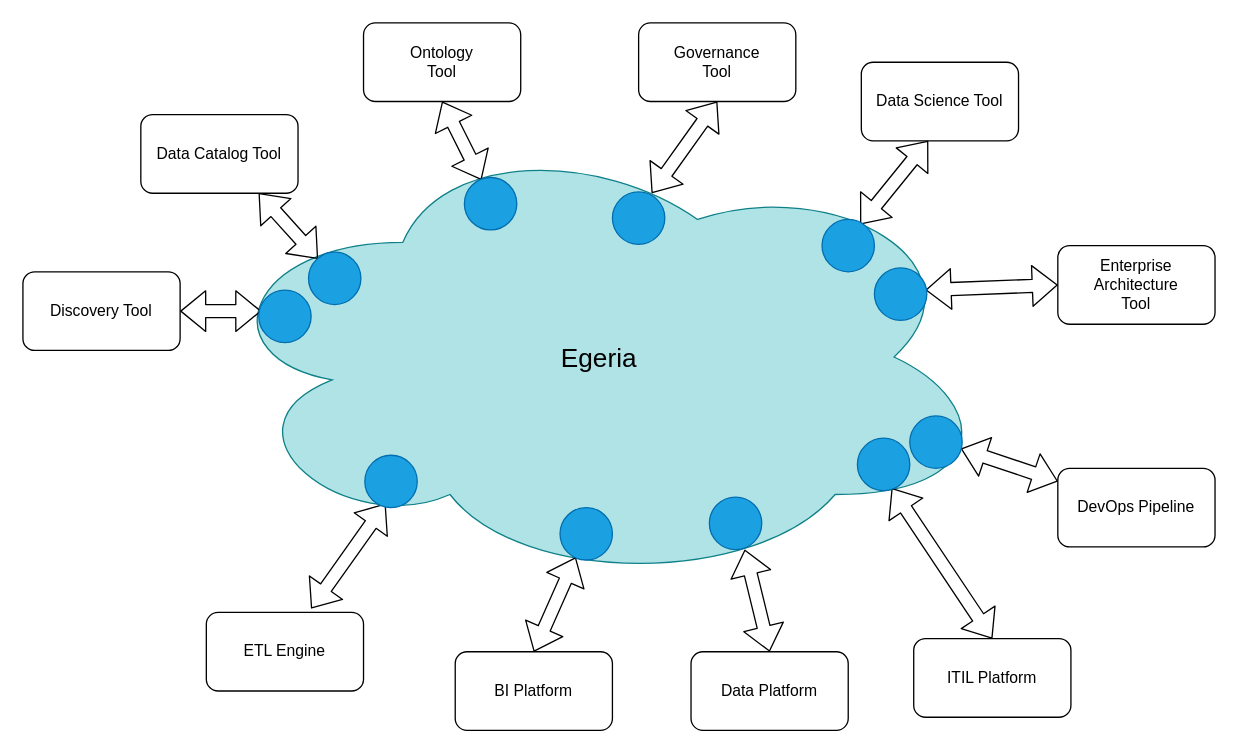
This is page "egeria-overview-connectors" (6 of 23) of open-metadata-implementation/admin-services/docs/egeria-operations.drawio from planetf1/egeria, a draw.io file, before an edit. Source tidied: cells renumbered, new cells numbered last; positions are measured from the earlier drawing's top-left corner, leaving out a move shared by most shapes. Both pictures are drawn from the tidied source at 131%, with x=0, y=0 at pixel (22, 22).
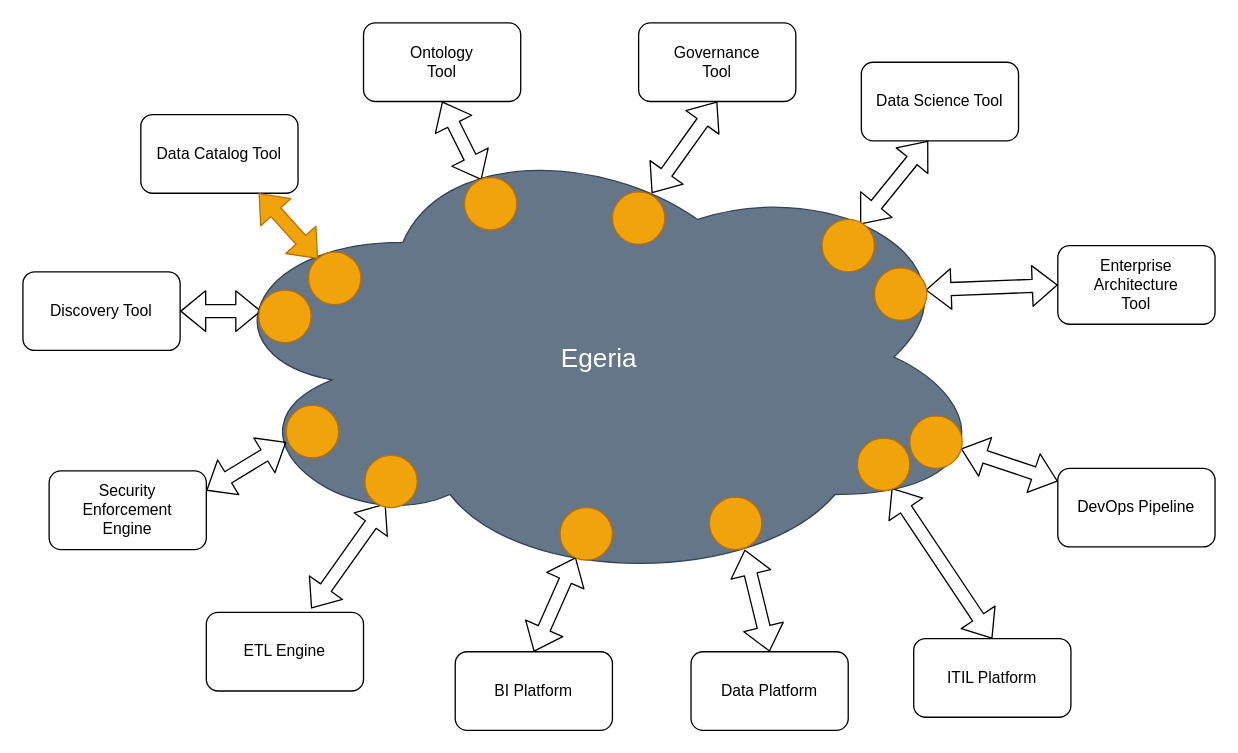
The same diagram, later.

The change refers to these unchanged cells:
```xml
<mxCell id="7" value="Data Catalog Tool" style="rounded=1;whiteSpace=wrap;html=1;" parent="1" vertex="1">
  <mxGeometry x="90" y="70" width="120" height="60" as="geometry" />
</mxCell>
```

What changed in the source:
```diff
@@
-    <mxCell id="2" value="Egeria" style="ellipse;shape=cloud;whiteSpace=wrap;html=1;fillColor=#b0e3e6;strokeColor=#0e8088;fontSize=20;" parent="1" vertex="1">
+    <mxCell id="2" value="Egeria" style="ellipse;shape=cloud;whiteSpace=wrap;html=1;fillColor=#647687;strokeColor=#314354;fontSize=20;fontColor=#ffffff;" parent="1" vertex="1">
       <mxGeometry x="140" y="80" width="600" height="350" as="geometry" />
     </mxCell>
@@
-    <mxCell id="13" style="shape=flexArrow;endArrow=classic;startArrow=classic;html=1;entryX=0.142;entryY=0.286;entryDx=0;entryDy=0;entryPerimeter=0;exitX=0.75;exitY=1;exitDx=0;exitDy=0;" parent="1" edge="1" source="7" target="2">
+    <mxCell id="13" style="shape=flexArrow;endArrow=classic;startArrow=classic;html=1;entryX=0.142;entryY=0.286;entryDx=0;entryDy=0;entryPerimeter=0;exitX=0.75;exitY=1;exitDx=0;exitDy=0;fillColor=#f0a30a;strokeColor=#BD7000;" parent="1" edge="1" source="7" target="2">
       <mxGeometry relative="1" as="geometry" />
     </mxCell>
@@
-    <mxCell id="25" style="ellipse;whiteSpace=wrap;html=1;fillColor=#1ba1e2;strokeColor=#006EAF;fontColor=#ffffff;" parent="1" vertex="1">
+    <mxCell id="25" style="ellipse;whiteSpace=wrap;html=1;fillColor=#f0a30a;strokeColor=#BD7000;fontColor=#ffffff;" parent="1" vertex="1">
       <mxGeometry x="180" y="204" width="40" height="40" as="geometry" />
     </mxCell>
-    <mxCell id="26" style="ellipse;whiteSpace=wrap;html=1;fillColor=#1ba1e2;strokeColor=#006EAF;fontColor=#ffffff;" parent="1" vertex="1">
+    <mxCell id="26" style="ellipse;whiteSpace=wrap;html=1;fillColor=#f0a30a;strokeColor=#BD7000;fontColor=#ffffff;" parent="1" vertex="1">
       <mxGeometry x="218" y="175" width="40" height="40" as="geometry" />
     </mxCell>
-    <mxCell id="27" style="ellipse;whiteSpace=wrap;html=1;fillColor=#1ba1e2;strokeColor=#006EAF;fontColor=#ffffff;" parent="1" vertex="1">
+    <mxCell id="27" style="ellipse;whiteSpace=wrap;html=1;fillColor=#f0a30a;strokeColor=#BD7000;fontColor=#ffffff;" parent="1" vertex="1">
       <mxGeometry x="650" y="187" width="40" height="40" as="geometry" />
     </mxCell>
-    <mxCell id="28" style="ellipse;whiteSpace=wrap;html=1;fillColor=#1ba1e2;strokeColor=#006EAF;fontColor=#ffffff;" parent="1" vertex="1">
+    <mxCell id="28" style="ellipse;whiteSpace=wrap;html=1;fillColor=#f0a30a;strokeColor=#BD7000;fontColor=#ffffff;" parent="1" vertex="1">
       <mxGeometry x="610" y="150" width="40" height="40" as="geometry" />
     </mxCell>
-    <mxCell id="29" style="ellipse;whiteSpace=wrap;html=1;fillColor=#1ba1e2;strokeColor=#006EAF;fontColor=#ffffff;" parent="1" vertex="1">
+    <mxCell id="29" style="ellipse;whiteSpace=wrap;html=1;fillColor=#f0a30a;strokeColor=#BD7000;fontColor=#ffffff;" parent="1" vertex="1">
       <mxGeometry x="450" y="129" width="40" height="40" as="geometry" />
     </mxCell>
-    <mxCell id="30" style="ellipse;whiteSpace=wrap;html=1;fillColor=#1ba1e2;strokeColor=#006EAF;fontColor=#ffffff;" parent="1" vertex="1">
+    <mxCell id="30" style="ellipse;whiteSpace=wrap;html=1;fillColor=#f0a30a;strokeColor=#BD7000;fontColor=#ffffff;" parent="1" vertex="1">
       <mxGeometry x="337" y="118" width="40" height="40" as="geometry" />
     </mxCell>
-    <mxCell id="31" style="ellipse;whiteSpace=wrap;html=1;fillColor=#1ba1e2;strokeColor=#006EAF;fontColor=#ffffff;" parent="1" vertex="1">
+    <mxCell id="31" style="ellipse;whiteSpace=wrap;html=1;fillColor=#f0a30a;strokeColor=#BD7000;fontColor=#ffffff;" parent="1" vertex="1">
       <mxGeometry x="637" y="317" width="40" height="40" as="geometry" />
     </mxCell>
-    <mxCell id="32" style="ellipse;whiteSpace=wrap;html=1;fillColor=#1ba1e2;strokeColor=#006EAF;fontColor=#ffffff;" parent="1" vertex="1">
+    <mxCell id="32" style="ellipse;whiteSpace=wrap;html=1;fillColor=#f0a30a;strokeColor=#BD7000;fontColor=#ffffff;" parent="1" vertex="1">
       <mxGeometry x="524" y="362" width="40" height="40" as="geometry" />
     </mxCell>
-    <mxCell id="33" style="ellipse;whiteSpace=wrap;html=1;fillColor=#1ba1e2;strokeColor=#006EAF;fontColor=#ffffff;" parent="1" vertex="1">
+    <mxCell id="33" style="ellipse;whiteSpace=wrap;html=1;fillColor=#f0a30a;strokeColor=#BD7000;fontColor=#ffffff;" parent="1" vertex="1">
       <mxGeometry x="410" y="370" width="40" height="40" as="geometry" />
     </mxCell>
-    <mxCell id="34" style="ellipse;whiteSpace=wrap;html=1;fillColor=#1ba1e2;strokeColor=#006EAF;fontColor=#ffffff;" parent="1" vertex="1">
+    <mxCell id="34" style="ellipse;whiteSpace=wrap;html=1;fillColor=#f0a30a;strokeColor=#BD7000;fontColor=#ffffff;" parent="1" vertex="1">
       <mxGeometry x="261" y="330" width="40" height="40" as="geometry" />
     </mxCell>
-    <mxCell id="35" style="ellipse;whiteSpace=wrap;html=1;fillColor=#1ba1e2;strokeColor=#006EAF;fontColor=#ffffff;" parent="1" vertex="1">
+    <mxCell id="35" style="ellipse;whiteSpace=wrap;html=1;fillColor=#f0a30a;strokeColor=#BD7000;fontColor=#ffffff;" parent="1" vertex="1">
       <mxGeometry x="677" y="300" width="40" height="40" as="geometry" />
     </mxCell>
+    <mxCell id="36" value="Security&lt;br&gt;Enforcement&lt;br&gt;Engine" style="rounded=1;whiteSpace=wrap;html=1;" parent="1" vertex="1">
+      <mxGeometry x="20" y="342" width="120" height="60" as="geometry" />
+    </mxCell>
+    <mxCell id="37" style="shape=flexArrow;endArrow=classic;startArrow=classic;html=1;entryX=0;entryY=0.7;entryDx=0;entryDy=0;entryPerimeter=0;exitX=1;exitY=0.25;exitDx=0;exitDy=0;" parent="1" edge="1" source="36" target="38">
+      <mxGeometry relative="1" as="geometry" />
+    </mxCell>
+    <mxCell id="38" style="ellipse;whiteSpace=wrap;html=1;fillColor=#f0a30a;strokeColor=#BD7000;fontColor=#ffffff;" parent="1" vertex="1">
+      <mxGeometry x="201" y="292" width="40" height="40" as="geometry" />
+    </mxCell>
```
